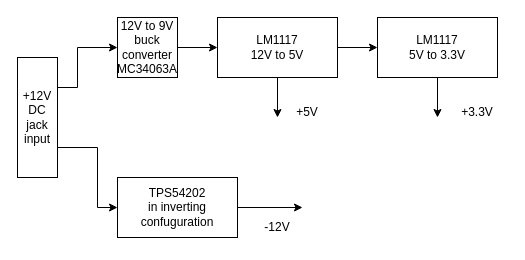
The draw.io diagram page "Power supply solution" (9 of 9) of docs/bluetooth-daq-design.drawio in PatrickAJoseph/bluetooth-daq, before the edit. Source tidied: cells renumbered, new cells numbered last; positions are measured from the earlier drawing's top-left corner, leaving out a move shared by most shapes. Both pictures are drawn from the tidied source at 100%, with x=0, y=0 at pixel (17, 17).
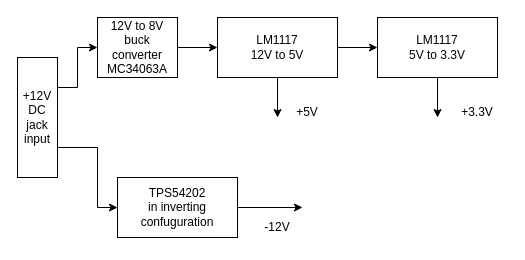
Above is the later version.

Commit message (it also covers changes not shown here):
Added initial schematics for digital submodule

What changed in the source:
```diff
@@
-    <mxCell id="4" value="12V to 9V buck converter&lt;div&gt;MC34063A&lt;/div&gt;" style="rounded=0;whiteSpace=wrap;html=1;" parent="1" vertex="1">
-      <mxGeometry x="100" width="60" height="60" as="geometry" />
+    <mxCell id="4" value="12V to 8V buck converter&lt;div&gt;MC34063A&lt;/div&gt;" style="rounded=0;whiteSpace=wrap;html=1;" parent="1" vertex="1">
+      <mxGeometry x="80" width="80" height="60" as="geometry" />
     </mxCell>
```
